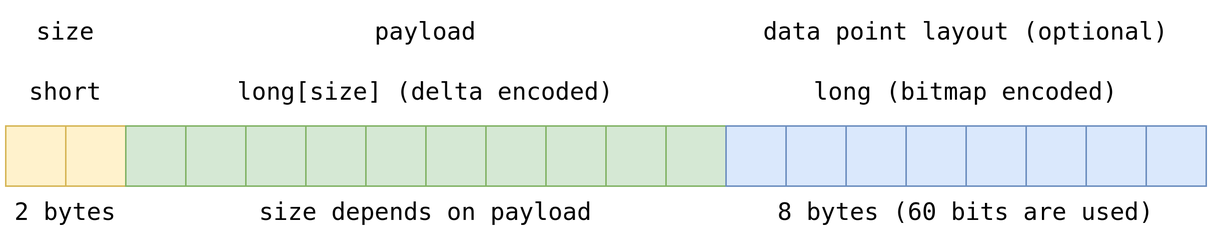
Earlier version of the draw.io export 2020-en-embedded-time-series-storage/slides/images/compressed-values.png (puzpuzpuz/talks). Source tidied: cells renumbered, new cells last; positions are measured from the earlier drawing's top-left corner, leaving out a move shared by most shapes.
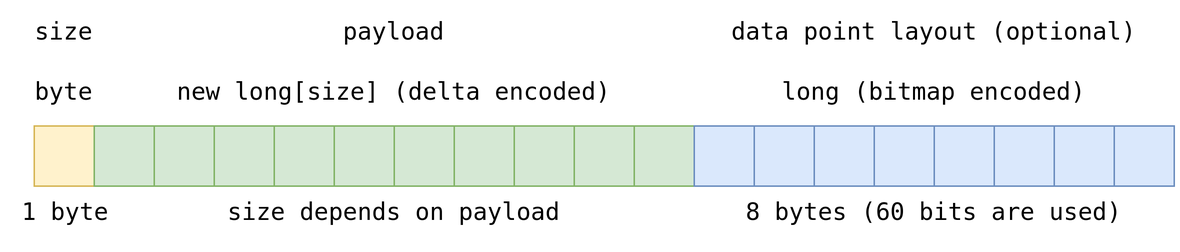
Above is the later version.

Change to the diagram source:
```diff
@@ -3,36 +3,36 @@
     <mxCell id="0" />
     <mxCell id="1" parent="0" />
     <mxCell id="2" value="&lt;div style=&quot;font-family: &amp;#34;droid sans mono&amp;#34; , monospace , monospace , &amp;#34;droid sans fallback&amp;#34; ; font-weight: normal ; font-size: 16px ; line-height: 22px&quot;&gt;&lt;div&gt;&lt;span&gt;size&lt;/span&gt;&lt;/div&gt;&lt;/div&gt;" style="text;whiteSpace=wrap;html=1;align=center;" parent="1" vertex="1">
-      <mxGeometry width="80" height="40" as="geometry" />
+      <mxGeometry width="40" height="40" as="geometry" />
     </mxCell>
     <mxCell id="3" value="&lt;div style=&quot;font-family: &amp;#34;droid sans mono&amp;#34; , monospace , monospace , &amp;#34;droid sans fallback&amp;#34; ; font-weight: normal ; font-size: 16px ; line-height: 22px&quot;&gt;&lt;div&gt;&lt;span&gt;payload&lt;/span&gt;&lt;/div&gt;&lt;/div&gt;" style="text;whiteSpace=wrap;html=1;align=center;" parent="1" vertex="1">
-      <mxGeometry x="80" width="400" height="40" as="geometry" />
+      <mxGeometry x="40" width="400" height="40" as="geometry" />
     </mxCell>
     <mxCell id="4" value="&lt;div style=&quot;line-height: 22px&quot;&gt;&lt;font face=&quot;droid sans mono, monospace, monospace, droid sans fallback&quot;&gt;&lt;span style=&quot;font-size: 16px&quot;&gt;data point layout (optional)&lt;/span&gt;&lt;/font&gt;&lt;br&gt;&lt;/div&gt;" style="text;whiteSpace=wrap;html=1;align=center;" parent="1" vertex="1">
-      <mxGeometry x="480" width="320" height="40" as="geometry" />
+      <mxGeometry x="440" width="320" height="40" as="geometry" />
     </mxCell>
-    <mxCell id="5" value="&lt;div style=&quot;font-family: &amp;#34;droid sans mono&amp;#34; , monospace , monospace , &amp;#34;droid sans fallback&amp;#34; ; font-weight: normal ; font-size: 16px ; line-height: 22px&quot;&gt;&lt;div&gt;&lt;span&gt;short&lt;/span&gt;&lt;/div&gt;&lt;/div&gt;" style="text;whiteSpace=wrap;html=1;align=center;" parent="1" vertex="1">
-      <mxGeometry y="40" width="80" height="40" as="geometry" />
+    <mxCell id="5" value="&lt;div style=&quot;font-family: &amp;#34;droid sans mono&amp;#34; , monospace , monospace , &amp;#34;droid sans fallback&amp;#34; ; font-weight: normal ; font-size: 16px ; line-height: 22px&quot;&gt;&lt;div&gt;&lt;span&gt;byte&lt;/span&gt;&lt;/div&gt;&lt;/div&gt;" style="text;whiteSpace=wrap;html=1;align=center;" parent="1" vertex="1">
+      <mxGeometry y="40" width="40" height="40" as="geometry" />
     </mxCell>
-    <mxCell id="6" value="&lt;div style=&quot;font-family: &amp;#34;droid sans mono&amp;#34; , monospace , monospace , &amp;#34;droid sans fallback&amp;#34; ; font-weight: normal ; font-size: 16px ; line-height: 22px&quot;&gt;&lt;div&gt;&lt;span&gt;long[size] (&lt;/span&gt;&lt;span&gt;delta encoded&lt;/span&gt;&lt;span&gt;)&lt;/span&gt;&lt;/div&gt;&lt;/div&gt;" style="text;whiteSpace=wrap;html=1;align=center;" parent="1" vertex="1">
-      <mxGeometry x="80" y="40" width="400" height="40" as="geometry" />
+    <mxCell id="6" value="&lt;div style=&quot;font-family: &amp;#34;droid sans mono&amp;#34; , monospace , monospace , &amp;#34;droid sans fallback&amp;#34; ; font-weight: normal ; font-size: 16px ; line-height: 22px&quot;&gt;&lt;div&gt;&lt;span&gt;new long[size] (&lt;/span&gt;&lt;span&gt;delta encoded&lt;/span&gt;&lt;span&gt;)&lt;/span&gt;&lt;/div&gt;&lt;/div&gt;" style="text;whiteSpace=wrap;html=1;align=center;" parent="1" vertex="1">
+      <mxGeometry x="40" y="40" width="400" height="40" as="geometry" />
     </mxCell>
     <mxCell id="7" value="&lt;div style=&quot;line-height: 22px&quot;&gt;&lt;font face=&quot;droid sans mono, monospace, monospace, droid sans fallback&quot;&gt;&lt;span style=&quot;font-size: 16px&quot;&gt;long (bitmap encoded)&lt;/span&gt;&lt;/font&gt;&lt;br&gt;&lt;/div&gt;" style="text;whiteSpace=wrap;html=1;align=center;" parent="1" vertex="1">
-      <mxGeometry x="480" y="40" width="320" height="40" as="geometry" />
+      <mxGeometry x="440" y="40" width="320" height="40" as="geometry" />
     </mxCell>
-    <mxCell id="8" value="&lt;div style=&quot;font-family: &amp;#34;droid sans mono&amp;#34; , monospace , monospace , &amp;#34;droid sans fallback&amp;#34; ; font-weight: normal ; font-size: 16px ; line-height: 22px&quot;&gt;&lt;div&gt;&lt;span&gt;2 bytes&lt;/span&gt;&lt;/div&gt;&lt;/div&gt;" style="text;whiteSpace=wrap;html=1;align=center;" parent="1" vertex="1">
-      <mxGeometry y="120" width="80" height="40" as="geometry" />
+    <mxCell id="8" value="&lt;div style=&quot;font-family: &amp;#34;droid sans mono&amp;#34; , monospace , monospace , &amp;#34;droid sans fallback&amp;#34; ; font-weight: normal ; font-size: 16px ; line-height: 22px&quot;&gt;&lt;div&gt;&lt;span&gt;1 byte&lt;/span&gt;&lt;/div&gt;&lt;/div&gt;" style="text;whiteSpace=wrap;html=1;align=center;" parent="1" vertex="1">
+      <mxGeometry x="-19" y="120" width="80" height="40" as="geometry" />
     </mxCell>
     <mxCell id="9" value="&lt;div style=&quot;font-family: &amp;#34;droid sans mono&amp;#34; , monospace , monospace , &amp;#34;droid sans fallback&amp;#34; ; font-weight: normal ; font-size: 16px ; line-height: 22px&quot;&gt;&lt;div&gt;&lt;span&gt;size depends on payload&lt;/span&gt;&lt;/div&gt;&lt;/div&gt;" style="text;whiteSpace=wrap;html=1;align=center;" parent="1" vertex="1">
-      <mxGeometry x="80" y="120" width="400" height="40" as="geometry" />
+      <mxGeometry x="40" y="120" width="400" height="40" as="geometry" />
     </mxCell>
     <mxCell id="10" value="&lt;div style=&quot;line-height: 22px&quot;&gt;&lt;font face=&quot;droid sans mono, monospace, monospace, droid sans fallback&quot;&gt;&lt;span style=&quot;font-size: 16px&quot;&gt;8 bytes (60 bits are used)&lt;/span&gt;&lt;/font&gt;&lt;br&gt;&lt;/div&gt;" style="text;whiteSpace=wrap;html=1;align=center;" parent="1" vertex="1">
-      <mxGeometry x="480" y="120" width="320" height="40" as="geometry" />
+      <mxGeometry x="440" y="120" width="320" height="40" as="geometry" />
     </mxCell>
     <mxCell id="11" style="rounded=0;whiteSpace=wrap;html=1;fillColor=#fff2cc;fontSize=10;align=center;strokeColor=#d6b656;" parent="1" vertex="1">
       <mxGeometry y="80" width="40" height="40" as="geometry" />
     </mxCell>
-    <mxCell id="12" style="rounded=0;whiteSpace=wrap;html=1;fillColor=#fff2cc;fontSize=10;align=center;strokeColor=#d6b656;" parent="1" vertex="1">
+    <mxCell id="12" style="rounded=0;whiteSpace=wrap;html=1;fillColor=#d5e8d4;fontSize=10;align=center;strokeColor=#82b366;" parent="1" vertex="1">
       <mxGeometry x="40" y="80" width="40" height="40" as="geometry" />
     </mxCell>
     <mxCell id="13" style="rounded=0;whiteSpace=wrap;html=1;fillColor=#d5e8d4;fontSize=10;align=center;strokeColor=#82b366;" parent="1" vertex="1">
@@ -62,7 +62,7 @@
     <mxCell id="21" style="rounded=0;whiteSpace=wrap;html=1;fillColor=#d5e8d4;fontSize=10;align=center;strokeColor=#82b366;" parent="1" vertex="1">
       <mxGeometry x="400" y="80" width="40" height="40" as="geometry" />
     </mxCell>
-    <mxCell id="22" style="rounded=0;whiteSpace=wrap;html=1;fillColor=#d5e8d4;fontSize=10;align=center;strokeColor=#82b366;" parent="1" vertex="1">
+    <mxCell id="22" style="rounded=0;whiteSpace=wrap;html=1;fillColor=#dae8fc;fontSize=10;align=center;strokeColor=#6c8ebf;" parent="1" vertex="1">
       <mxGeometry x="440" y="80" width="40" height="40" as="geometry" />
     </mxCell>
     <mxCell id="23" style="rounded=0;whiteSpace=wrap;html=1;fillColor=#dae8fc;fontSize=10;align=center;strokeColor=#6c8ebf;" parent="1" vertex="1">
@@ -86,8 +86,5 @@
     <mxCell id="29" style="rounded=0;whiteSpace=wrap;html=1;fillColor=#dae8fc;fontSize=10;align=center;strokeColor=#6c8ebf;" parent="1" vertex="1">
       <mxGeometry x="720" y="80" width="40" height="40" as="geometry" />
     </mxCell>
-    <mxCell id="30" style="rounded=0;whiteSpace=wrap;html=1;fillColor=#dae8fc;fontSize=10;align=center;strokeColor=#6c8ebf;" parent="1" vertex="1">
-      <mxGeometry x="760" y="80" width="40" height="40" as="geometry" />
-    </mxCell>
   </root>
 </mxGraphModel>
```
